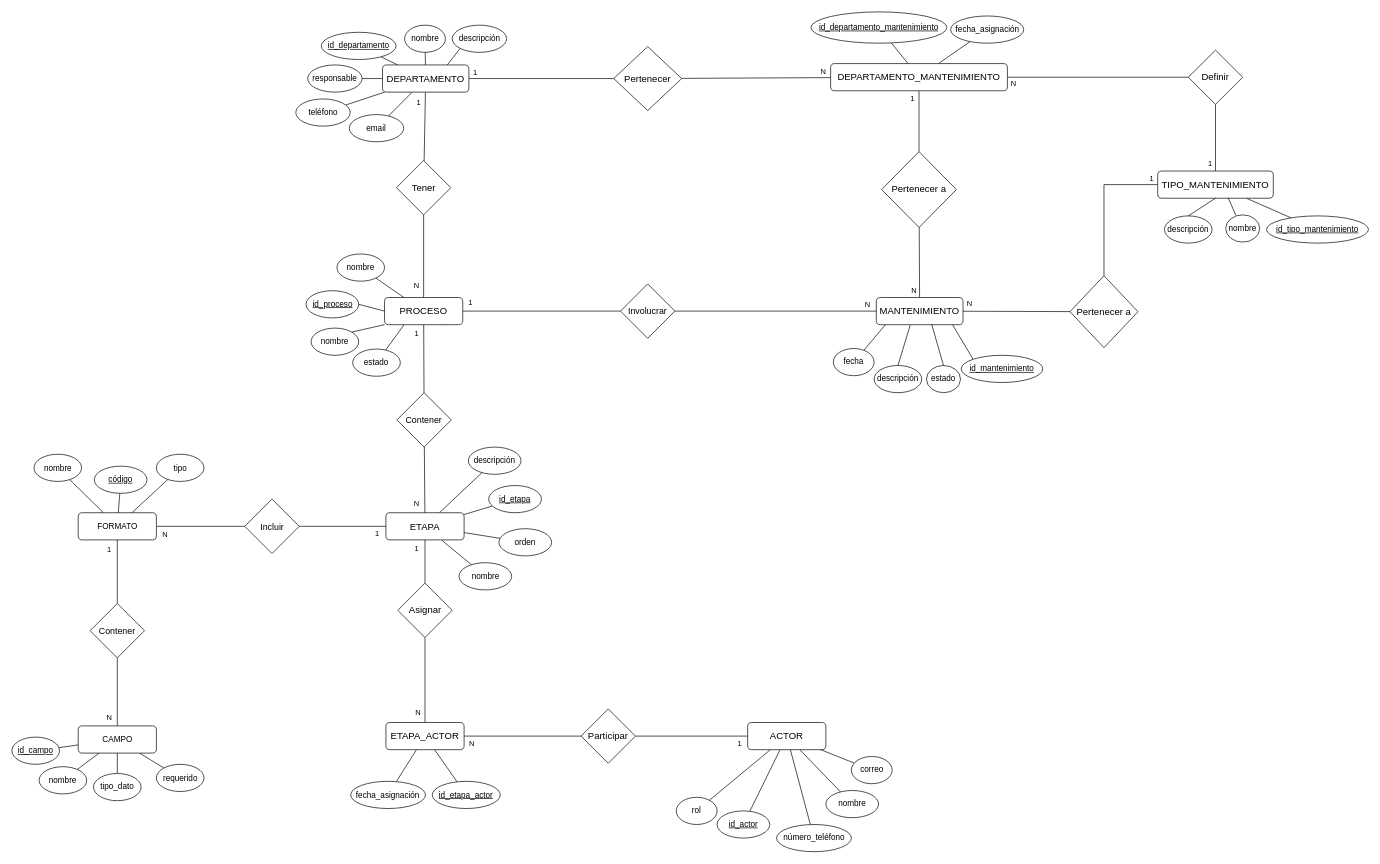
DevKike/maintenance_management_system keeps this draw.io diagram as E-R model.drawio. Above is the earlier version. Source tidied: cells renumbered, new cells numbered last; positions are measured from the earlier drawing's top-left corner, leaving out a move shared by most shapes. Both pictures are drawn from the tidied source at 68%, with x=0, y=0 at pixel (12, 12).
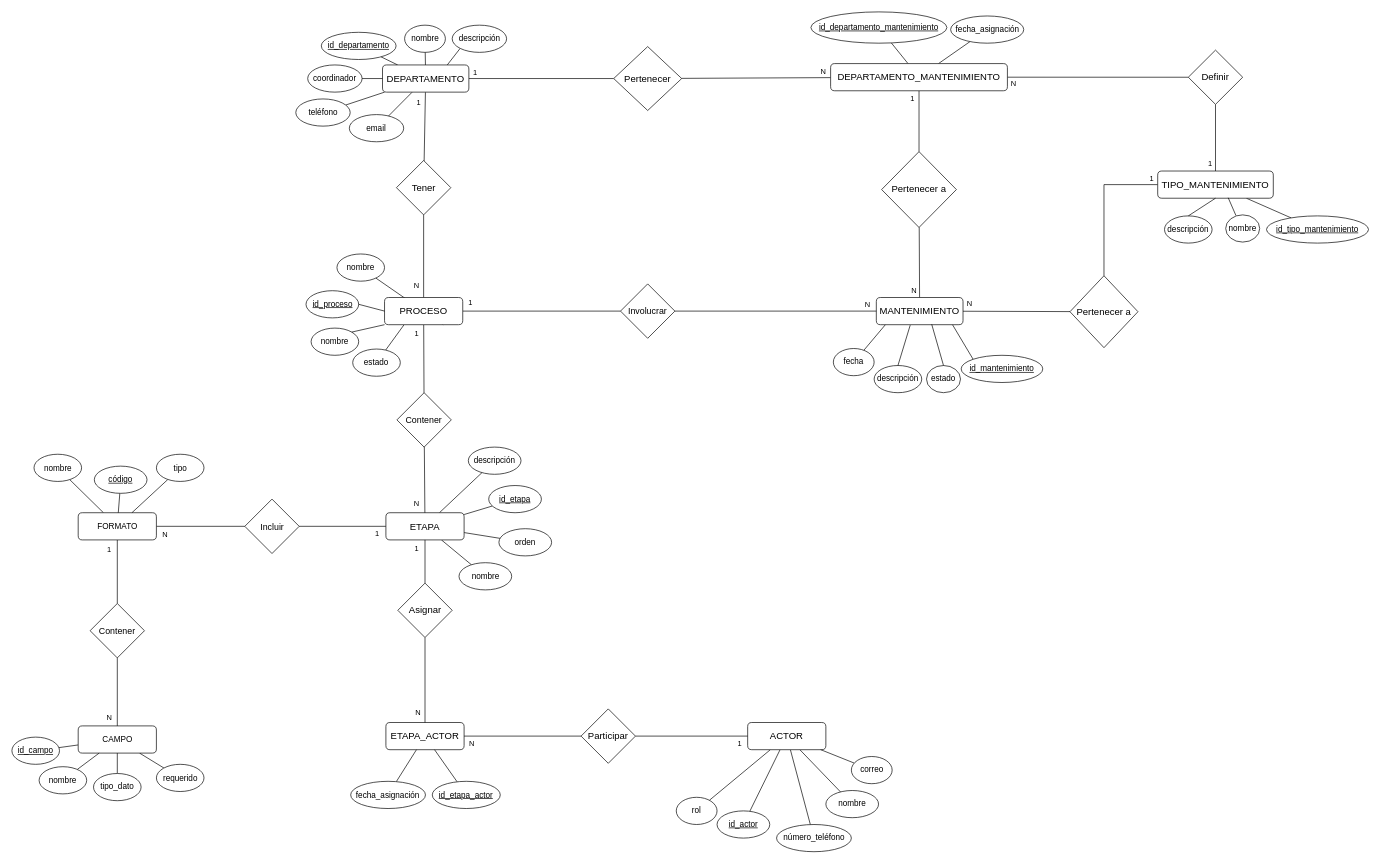
The same diagram, later.

The edit, as a diff of the source:
```diff
@@
-    <mxCell id="54" value="responsable" style="ellipse;whiteSpace=wrap;html=1;align=center;" parent="1" vertex="1">
+    <mxCell id="54" value="coordinador" style="ellipse;whiteSpace=wrap;html=1;align=center;" parent="1" vertex="1">
       <mxGeometry x="435" y="78" width="80" height="40" as="geometry" />
     </mxCell>
```
